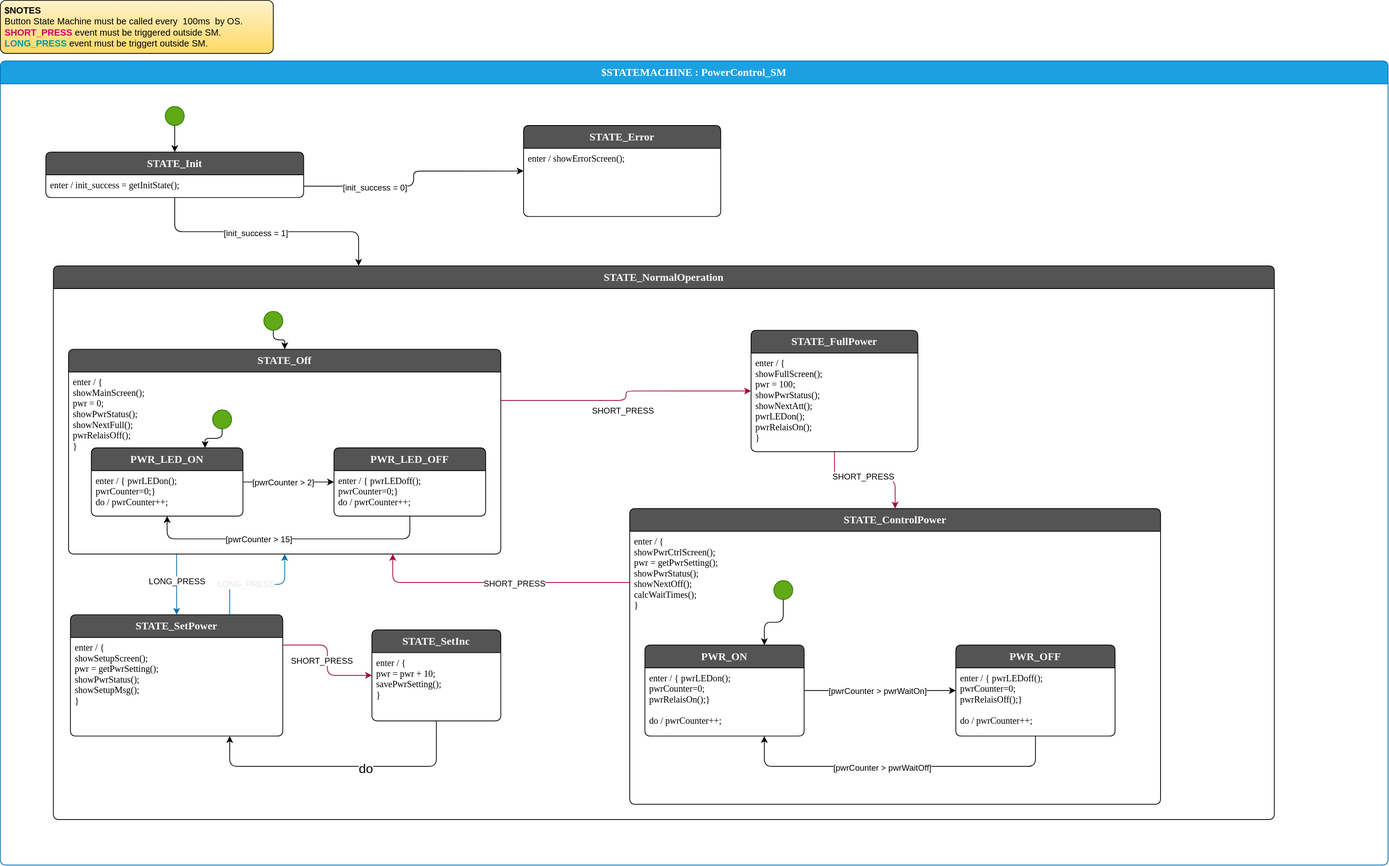
Above: lib/app/PowerControl_SM.drawio.svg in MechatronikMonkey/PowerControl (draw.io), before the change. Source tidied: cells renumbered, new cells last; positions are measured from the earlier drawing's top-left corner, leaving out a move shared by most shapes. The source it was exported from:
```xml
<mxGraphModel>
  <root>
    <mxCell id="0" />
    <mxCell id="1" parent="0" />
    <mxCell id="2" value="&lt;b&gt;$NOTES&lt;/b&gt;&lt;br&gt;Button State Machine must be called every&amp;nbsp; 100ms&amp;nbsp; by OS.&lt;br&gt;&lt;b&gt;&lt;font color=&quot;#cc0066&quot;&gt;SHORT_PRESS &lt;/font&gt;&lt;/b&gt;event must be triggered outside SM.&lt;br&gt;&lt;b&gt;&lt;font color=&quot;#009999&quot;&gt;LONG_PRESS &lt;/font&gt;&lt;/b&gt;event must be triggert outside SM." style="shape=rectangle;rounded=1;arcSize=15;absoluteArcSize=1;align=left;verticalAlign=top;whiteSpace=wrap;html=1;spacingLeft=4;strokeWidth=1;strokeColor=default;fillColor=#fff2cc;fontColor=#000000;gradientColor=#ffd966;" parent="1" vertex="1">
      <mxGeometry width="360" height="70" as="geometry" />
    </mxCell>
    <mxCell id="3" value="$STATEMACHINE : PowerControl_SM" style="shape=swimlane;align=center;verticalAlign=top;fontFamily=Lucida Console;startSize=30;fontSize=14;fontStyle=1;fontColor=#ffffff;fillColor=#1ba1e2;swimlaneFillColor=default;rounded=1;arcSize=15;absoluteArcSize=1;strokeColor=#006EAF;" parent="1" vertex="1">
      <mxGeometry y="80" width="1830" height="1060" as="geometry" />
    </mxCell>
    <mxCell id="4" value=" " style="fontFamily=Lucida Console;align=left;verticalAlign=top;fillColor=none;gradientColor=none;strokeColor=none;rounded=0;spacingLeft=4;" parent="3" vertex="1">
      <mxGeometry y="30" width="30" height="20" as="geometry" />
    </mxCell>
    <mxCell id="5" value="$initial_state" style="shape=ellipse;fillColor=#60a917;noLabel=1;fontColor=#ffffff;strokeColor=#2D7600;" parent="3" vertex="1">
      <mxGeometry x="217.5" y="60" width="25" height="25" as="geometry" />
    </mxCell>
    <mxCell id="6" style="edgeStyle=orthogonalEdgeStyle;html=1;exitX=1;exitY=0.75;exitDx=0;exitDy=0;entryX=0;entryY=0.5;entryDx=0;entryDy=0;" parent="3" edge="1" source="10" target="61">
      <mxGeometry relative="1" as="geometry" />
    </mxCell>
    <mxCell id="7" value="[init_success = 0]" style="edgeLabel;html=1;align=center;verticalAlign=middle;" parent="6" vertex="1">
      <mxGeometry x="-0.4" y="-1" relative="1" as="geometry" />
    </mxCell>
    <mxCell id="8" style="edgeStyle=orthogonalEdgeStyle;html=1;exitX=0.5;exitY=1;exitDx=0;exitDy=0;entryX=0.25;entryY=0;entryDx=0;entryDy=0;" parent="3" edge="1" source="10" target="13">
      <mxGeometry relative="1" as="geometry" />
    </mxCell>
    <mxCell id="9" value="[init_success = 1]" style="edgeLabel;html=1;align=center;verticalAlign=middle;" parent="8" vertex="1">
      <mxGeometry x="-0.09" y="-1" relative="1" as="geometry" />
    </mxCell>
    <mxCell id="10" value="STATE_Init" style="shape=swimlane;align=center;verticalAlign=top;fontFamily=Lucida Console;startSize=30;fontSize=14;fontStyle=1;fontColor=#FAFAFA;fillColor=#545454;swimlaneFillColor=default;rounded=1;arcSize=15;absoluteArcSize=1;" parent="3" vertex="1">
      <mxGeometry x="60" y="120" width="340" height="60" as="geometry" />
    </mxCell>
    <mxCell id="11" value="enter / init_success = getInitState();" style="fontFamily=Lucida Console;align=left;verticalAlign=top;fillColor=none;gradientColor=none;strokeColor=none;rounded=0;spacingLeft=4;" parent="10" vertex="1">
      <mxGeometry y="30" width="300" height="30" as="geometry" />
    </mxCell>
    <mxCell id="12" style="rounded=0;" parent="3" edge="1" source="5" target="10">
      <mxGeometry relative="1" as="geometry" />
    </mxCell>
    <mxCell id="13" value="STATE_NormalOperation" style="shape=swimlane;align=center;verticalAlign=top;fontFamily=Lucida Console;startSize=30;fontSize=14;fontStyle=1;fontColor=#FAFAFA;fillColor=#545454;swimlaneFillColor=default;rounded=1;arcSize=15;absoluteArcSize=1;" parent="3" vertex="1">
      <mxGeometry x="70" y="270" width="1610" height="730" as="geometry" />
    </mxCell>
    <mxCell id="14" style="fontFamily=Lucida Console;align=left;verticalAlign=top;fillColor=none;gradientColor=none;strokeColor=none;rounded=0;spacingLeft=4;" parent="13" vertex="1">
      <mxGeometry y="30" width="50" height="40" as="geometry" />
    </mxCell>
    <mxCell id="15" style="edgeStyle=orthogonalEdgeStyle;html=1;exitX=0;exitY=0.25;exitDx=0;exitDy=0;entryX=0.75;entryY=1;entryDx=0;entryDy=0;fillColor=#d80073;strokeColor=#A50040;" parent="13" edge="1" source="17" target="37">
      <mxGeometry relative="1" as="geometry">
        <Array as="points">
          <mxPoint x="448" y="418" />
        </Array>
      </mxGeometry>
    </mxCell>
    <mxCell id="16" value="SHORT_PRESS" style="edgeLabel;html=1;align=center;verticalAlign=middle;" parent="15" vertex="1">
      <mxGeometry x="-0.13" y="1" relative="1" as="geometry" />
    </mxCell>
    <mxCell id="17" value="STATE_ControlPower" style="shape=swimlane;align=center;verticalAlign=top;fontFamily=Lucida Console;startSize=30;fontSize=14;fontStyle=1;fontColor=#FAFAFA;fillColor=#545454;swimlaneFillColor=default;rounded=1;arcSize=15;absoluteArcSize=1;" parent="13" vertex="1">
      <mxGeometry x="760" y="320" width="700" height="390" as="geometry" />
    </mxCell>
    <mxCell id="18" value="enter / {&#10;showPwrCtrlScreen();&#10;pwr = getPwrSetting();&#10;showPwrStatus();&#10;showNextOff();&#10;calcWaitTimes();&#10;}&#10;" style="fontFamily=Lucida Console;align=left;verticalAlign=top;fillColor=none;gradientColor=none;strokeColor=none;rounded=0;spacingLeft=4;" parent="17" vertex="1">
      <mxGeometry y="30" width="180" height="110" as="geometry" />
    </mxCell>
    <mxCell id="19" value="PWR_ON" style="shape=swimlane;align=center;verticalAlign=top;fontFamily=Lucida Console;startSize=30;fontSize=14;fontStyle=1;fontColor=#FAFAFA;fillColor=#545454;swimlaneFillColor=default;rounded=1;arcSize=15;absoluteArcSize=1;" parent="17" vertex="1">
      <mxGeometry x="20" y="180" width="210" height="120" as="geometry" />
    </mxCell>
    <mxCell id="20" value="enter / { pwrLEDon();&#10;          pwrCounter=0;&#10;          pwrRelaisOn();}&#10;&#10;do / pwrCounter++;" style="fontFamily=Lucida Console;align=left;verticalAlign=top;fillColor=none;gradientColor=none;strokeColor=none;rounded=0;spacingLeft=4;" parent="19" vertex="1">
      <mxGeometry y="30" width="210" height="90" as="geometry" />
    </mxCell>
    <mxCell id="21" style="edgeStyle=orthogonalEdgeStyle;html=1;exitX=0.5;exitY=1;exitDx=0;exitDy=0;entryX=0.75;entryY=1;entryDx=0;entryDy=0;" parent="17" edge="1" source="23" target="19">
      <mxGeometry relative="1" as="geometry">
        <Array as="points">
          <mxPoint x="535" y="340" />
          <mxPoint x="178" y="340" />
        </Array>
      </mxGeometry>
    </mxCell>
    <mxCell id="22" value="[pwrCounter &amp;gt; pwrWaitOff]" style="edgeLabel;html=1;align=center;verticalAlign=middle;" parent="21" vertex="1">
      <mxGeometry x="0.11" y="1" relative="1" as="geometry" />
    </mxCell>
    <mxCell id="23" value="PWR_OFF" style="shape=swimlane;align=center;verticalAlign=top;fontFamily=Lucida Console;startSize=30;fontSize=14;fontStyle=1;fontColor=#FAFAFA;fillColor=#545454;swimlaneFillColor=default;rounded=1;arcSize=15;absoluteArcSize=1;" parent="17" vertex="1">
      <mxGeometry x="430" y="180" width="210" height="120" as="geometry" />
    </mxCell>
    <mxCell id="24" value="enter / { pwrLEDoff();&#10;          pwrCounter=0;&#10;          pwrRelaisOff();}&#10;&#10;do / pwrCounter++;" style="fontFamily=Lucida Console;align=left;verticalAlign=top;fillColor=none;gradientColor=none;strokeColor=none;rounded=0;spacingLeft=4;" parent="23" vertex="1">
      <mxGeometry y="30" width="210" height="90" as="geometry" />
    </mxCell>
    <mxCell id="25" style="edgeStyle=orthogonalEdgeStyle;html=1;exitX=1;exitY=0.5;exitDx=0;exitDy=0;entryX=0;entryY=0.5;entryDx=0;entryDy=0;" parent="17" edge="1" source="19" target="23">
      <mxGeometry relative="1" as="geometry" />
    </mxCell>
    <mxCell id="26" value="[pwrCounter &amp;gt; pwrWaitOn]" style="edgeLabel;html=1;align=center;verticalAlign=middle;" parent="25" vertex="1">
      <mxGeometry x="-0.35" y="2" relative="1" as="geometry">
        <mxPoint x="32" y="2" as="offset" />
      </mxGeometry>
    </mxCell>
    <mxCell id="27" style="edgeStyle=orthogonalEdgeStyle;html=1;exitX=0.5;exitY=1;exitDx=0;exitDy=0;entryX=0.75;entryY=0;entryDx=0;entryDy=0;" parent="17" edge="1" source="28" target="19">
      <mxGeometry relative="1" as="geometry" />
    </mxCell>
    <mxCell id="28" value="$initial_state" style="shape=ellipse;fillColor=#60a917;noLabel=1;fontColor=#ffffff;strokeColor=#2D7600;" parent="17" vertex="1">
      <mxGeometry x="190" y="95" width="25" height="25" as="geometry" />
    </mxCell>
    <mxCell id="29" style="edgeStyle=orthogonalEdgeStyle;html=1;exitX=0.5;exitY=1;exitDx=0;exitDy=0;entryX=0.5;entryY=0;entryDx=0;entryDy=0;fillColor=#d80073;strokeColor=#A50040;" parent="13" edge="1" source="31" target="17">
      <mxGeometry relative="1" as="geometry" />
    </mxCell>
    <mxCell id="30" value="SHORT_PRESS" style="edgeLabel;html=1;align=center;verticalAlign=middle;" parent="29" vertex="1">
      <mxGeometry x="0.27" relative="1" as="geometry">
        <mxPoint x="-24" y="-5" as="offset" />
      </mxGeometry>
    </mxCell>
    <mxCell id="31" value="STATE_FullPower" style="shape=swimlane;align=center;verticalAlign=top;fontFamily=Lucida Console;startSize=30;fontSize=14;fontStyle=1;fontColor=#FAFAFA;fillColor=#545454;swimlaneFillColor=default;rounded=1;arcSize=15;absoluteArcSize=1;" parent="13" vertex="1">
      <mxGeometry x="920" y="85" width="220" height="160" as="geometry" />
    </mxCell>
    <mxCell id="32" value="enter / {&#10;showFullScreen();&#10;pwr = 100;&#10;showPwrStatus();&#10;showNextAtt();&#10;pwrLEDon();&#10;pwrRelaisOn();  &#10;}" style="fontFamily=Lucida Console;align=left;verticalAlign=top;fillColor=none;gradientColor=none;strokeColor=none;rounded=0;spacingLeft=4;" parent="31" vertex="1">
      <mxGeometry y="30" width="150" height="130" as="geometry" />
    </mxCell>
    <mxCell id="33" style="edgeStyle=orthogonalEdgeStyle;html=1;entryX=0;entryY=0.5;entryDx=0;entryDy=0;exitX=1;exitY=0.25;exitDx=0;exitDy=0;fillColor=#d80073;strokeColor=#A50040;" parent="13" edge="1" source="37" target="31">
      <mxGeometry relative="1" as="geometry" />
    </mxCell>
    <mxCell id="34" value="SHORT_PRESS" style="edgeLabel;html=1;align=center;verticalAlign=middle;" parent="33" vertex="1">
      <mxGeometry x="-0.26" y="3" relative="1" as="geometry">
        <mxPoint x="33" y="16" as="offset" />
      </mxGeometry>
    </mxCell>
    <mxCell id="35" style="edgeStyle=orthogonalEdgeStyle;html=1;exitX=0.25;exitY=1;exitDx=0;exitDy=0;entryX=0.5;entryY=0;entryDx=0;entryDy=0;fillColor=#1ba1e2;strokeColor=#006EAF;" parent="13" edge="1" source="37" target="55">
      <mxGeometry relative="1" as="geometry" />
    </mxCell>
    <mxCell id="36" value="LONG_PRESS" style="edgeLabel;html=1;align=center;verticalAlign=middle;" parent="35" vertex="1">
      <mxGeometry x="0.23" y="1" relative="1" as="geometry">
        <mxPoint x="-1" y="-14" as="offset" />
      </mxGeometry>
    </mxCell>
    <mxCell id="37" value="STATE_Off" style="shape=swimlane;align=center;verticalAlign=top;fontFamily=Lucida Console;startSize=30;fontSize=14;fontStyle=1;fontColor=#FAFAFA;fillColor=#545454;swimlaneFillColor=default;rounded=1;arcSize=15;absoluteArcSize=1;" parent="13" vertex="1">
      <mxGeometry x="20" y="110" width="570" height="270" as="geometry" />
    </mxCell>
    <mxCell id="38" value="enter / {&#10;showMainScreen();&#10;pwr = 0;&#10;showPwrStatus();&#10;showNextFull();&#10;pwrRelaisOff();&#10;}" style="fontFamily=Lucida Console;align=left;verticalAlign=top;fillColor=none;gradientColor=none;strokeColor=none;rounded=0;spacingLeft=4;" parent="37" vertex="1">
      <mxGeometry y="30" width="150" height="110" as="geometry" />
    </mxCell>
    <mxCell id="39" style="edgeStyle=orthogonalEdgeStyle;html=1;exitX=1;exitY=0.5;exitDx=0;exitDy=0;entryX=0;entryY=0.5;entryDx=0;entryDy=0;" parent="37" edge="1" source="41" target="45">
      <mxGeometry relative="1" as="geometry" />
    </mxCell>
    <mxCell id="40" value="[pwrCounter &amp;gt; 2]" style="edgeLabel;html=1;align=center;verticalAlign=middle;" parent="39" vertex="1">
      <mxGeometry x="-0.35" y="2" relative="1" as="geometry">
        <mxPoint x="14" y="2" as="offset" />
      </mxGeometry>
    </mxCell>
    <mxCell id="41" value="PWR_LED_ON" style="shape=swimlane;align=center;verticalAlign=top;fontFamily=Lucida Console;startSize=30;fontSize=14;fontStyle=1;fontColor=#FAFAFA;fillColor=#545454;swimlaneFillColor=default;rounded=1;arcSize=15;absoluteArcSize=1;" parent="37" vertex="1">
      <mxGeometry x="30" y="130" width="200" height="90" as="geometry" />
    </mxCell>
    <mxCell id="42" value="enter / { pwrLEDon();&#10;          pwrCounter=0;}&#10;do / pwrCounter++;" style="fontFamily=Lucida Console;align=left;verticalAlign=top;fillColor=none;gradientColor=none;strokeColor=none;rounded=0;spacingLeft=4;" parent="41" vertex="1">
      <mxGeometry y="30" width="200" height="60" as="geometry" />
    </mxCell>
    <mxCell id="43" style="edgeStyle=orthogonalEdgeStyle;html=1;exitX=0.5;exitY=1;exitDx=0;exitDy=0;entryX=0.5;entryY=1;entryDx=0;entryDy=0;" parent="37" edge="1" source="45" target="41">
      <mxGeometry relative="1" as="geometry">
        <Array as="points">
          <mxPoint x="450" y="250" />
          <mxPoint x="130" y="250" />
        </Array>
      </mxGeometry>
    </mxCell>
    <mxCell id="44" value="[pwrCounter &amp;gt; 15]" style="edgeLabel;html=1;align=center;verticalAlign=middle;" parent="43" vertex="1">
      <mxGeometry x="0.21" relative="1" as="geometry" />
    </mxCell>
    <mxCell id="45" value="PWR_LED_OFF" style="shape=swimlane;align=center;verticalAlign=top;fontFamily=Lucida Console;startSize=30;fontSize=14;fontStyle=1;fontColor=#FAFAFA;fillColor=#545454;swimlaneFillColor=default;rounded=1;arcSize=15;absoluteArcSize=1;" parent="37" vertex="1">
      <mxGeometry x="350" y="130" width="200" height="90" as="geometry" />
    </mxCell>
    <mxCell id="46" value="enter / { pwrLEDoff();&#10;          pwrCounter=0;}&#10;do / pwrCounter++;" style="fontFamily=Lucida Console;align=left;verticalAlign=top;fillColor=none;gradientColor=none;strokeColor=none;rounded=0;spacingLeft=4;" parent="45" vertex="1">
      <mxGeometry y="30" width="200" height="60" as="geometry" />
    </mxCell>
    <mxCell id="47" style="edgeStyle=orthogonalEdgeStyle;html=1;exitX=0.5;exitY=1;exitDx=0;exitDy=0;entryX=0.75;entryY=0;entryDx=0;entryDy=0;" parent="37" edge="1" source="48" target="41">
      <mxGeometry relative="1" as="geometry" />
    </mxCell>
    <mxCell id="48" value="$initial_state" style="shape=ellipse;fillColor=#60a917;noLabel=1;fontColor=#ffffff;strokeColor=#2D7600;" parent="37" vertex="1">
      <mxGeometry x="190" y="80" width="25" height="25" as="geometry" />
    </mxCell>
    <mxCell id="49" style="edgeStyle=orthogonalEdgeStyle;html=1;" parent="13" edge="1" source="50" target="37">
      <mxGeometry relative="1" as="geometry" />
    </mxCell>
    <mxCell id="50" value="$initial_state" style="shape=ellipse;fillColor=#60a917;noLabel=1;fontColor=#ffffff;strokeColor=#2D7600;" parent="13" vertex="1">
      <mxGeometry x="277.5" y="60" width="25" height="25" as="geometry" />
    </mxCell>
    <mxCell id="51" style="edgeStyle=orthogonalEdgeStyle;html=1;exitX=1;exitY=0.25;exitDx=0;exitDy=0;entryX=0;entryY=0.5;entryDx=0;entryDy=0;fillColor=#d80073;strokeColor=#A50040;" parent="13" edge="1" source="55" target="59">
      <mxGeometry relative="1" as="geometry" />
    </mxCell>
    <mxCell id="52" value="SHORT_PRESS" style="edgeLabel;html=1;align=center;verticalAlign=middle;" parent="51" vertex="1">
      <mxGeometry x="0.35" y="-3" relative="1" as="geometry">
        <mxPoint x="-16" y="-23" as="offset" />
      </mxGeometry>
    </mxCell>
    <mxCell id="53" style="edgeStyle=orthogonalEdgeStyle;html=1;exitX=0.75;exitY=0;exitDx=0;exitDy=0;entryX=0.5;entryY=1;entryDx=0;entryDy=0;fontSize=17;fontColor=#E6E6E6;fillColor=#1ba1e2;strokeColor=#006EAF;" parent="13" edge="1" source="55" target="37">
      <mxGeometry relative="1" as="geometry" />
    </mxCell>
    <mxCell id="54" value="LONG_PRESS" style="edgeLabel;html=1;align=center;verticalAlign=middle;fontSize=11;fontColor=#E6E6E6;" parent="53" vertex="1">
      <mxGeometry x="-0.2" y="1" relative="1" as="geometry" />
    </mxCell>
    <mxCell id="55" value="STATE_SetPower" style="shape=swimlane;align=center;verticalAlign=top;fontFamily=Lucida Console;startSize=30;fontSize=14;fontStyle=1;fontColor=#FAFAFA;fillColor=#545454;swimlaneFillColor=default;rounded=1;arcSize=15;absoluteArcSize=1;" parent="13" vertex="1">
      <mxGeometry x="22.5" y="460" width="280" height="160" as="geometry" />
    </mxCell>
    <mxCell id="56" value="enter / {&#10;showSetupScreen();&#10;pwr = getPwrSetting();&#10;showPwrStatus();&#10;showSetupMsg();&#10;}" style="fontFamily=Lucida Console;align=left;verticalAlign=top;fillColor=none;gradientColor=none;strokeColor=none;rounded=0;spacingLeft=4;" parent="55" vertex="1">
      <mxGeometry y="30" width="180" height="100" as="geometry" />
    </mxCell>
    <mxCell id="57" style="edgeStyle=orthogonalEdgeStyle;html=1;exitX=0.5;exitY=1;exitDx=0;exitDy=0;entryX=0.75;entryY=1;entryDx=0;entryDy=0;" parent="13" edge="1" source="59" target="55">
      <mxGeometry relative="1" as="geometry">
        <Array as="points">
          <mxPoint x="505" y="660" />
          <mxPoint x="233" y="660" />
        </Array>
      </mxGeometry>
    </mxCell>
    <mxCell id="58" value="do" style="edgeLabel;html=1;align=center;verticalAlign=middle;fontSize=17;" parent="57" vertex="1">
      <mxGeometry x="-0.17" y="3" relative="1" as="geometry" />
    </mxCell>
    <mxCell id="59" value="STATE_SetInc" style="shape=swimlane;align=center;verticalAlign=top;fontFamily=Lucida Console;startSize=30;fontSize=14;fontStyle=1;fontColor=#FAFAFA;fillColor=#545454;swimlaneFillColor=default;rounded=1;arcSize=15;absoluteArcSize=1;" parent="13" vertex="1">
      <mxGeometry x="420" y="480" width="170" height="120" as="geometry" />
    </mxCell>
    <mxCell id="60" value="enter / {&#10;pwr = pwr + 10;&#10;savePwrSetting();&#10;}&#10;" style="fontFamily=Lucida Console;align=left;verticalAlign=top;fillColor=none;gradientColor=none;strokeColor=none;rounded=0;spacingLeft=4;" parent="59" vertex="1">
      <mxGeometry y="30" width="150" height="70" as="geometry" />
    </mxCell>
    <mxCell id="61" value="STATE_Error" style="shape=swimlane;align=center;verticalAlign=top;fontFamily=Lucida Console;startSize=30;fontSize=14;fontStyle=1;fontColor=#FAFAFA;fillColor=#545454;swimlaneFillColor=default;rounded=1;arcSize=15;absoluteArcSize=1;" parent="3" vertex="1">
      <mxGeometry x="690" y="85" width="260" height="120" as="geometry" />
    </mxCell>
    <mxCell id="62" value="enter / showErrorScreen();" style="fontFamily=Lucida Console;align=left;verticalAlign=top;fillColor=none;gradientColor=none;strokeColor=none;rounded=0;spacingLeft=4;" parent="61" vertex="1">
      <mxGeometry y="30" width="210" height="30" as="geometry" />
    </mxCell>
  </root>
</mxGraphModel>
```
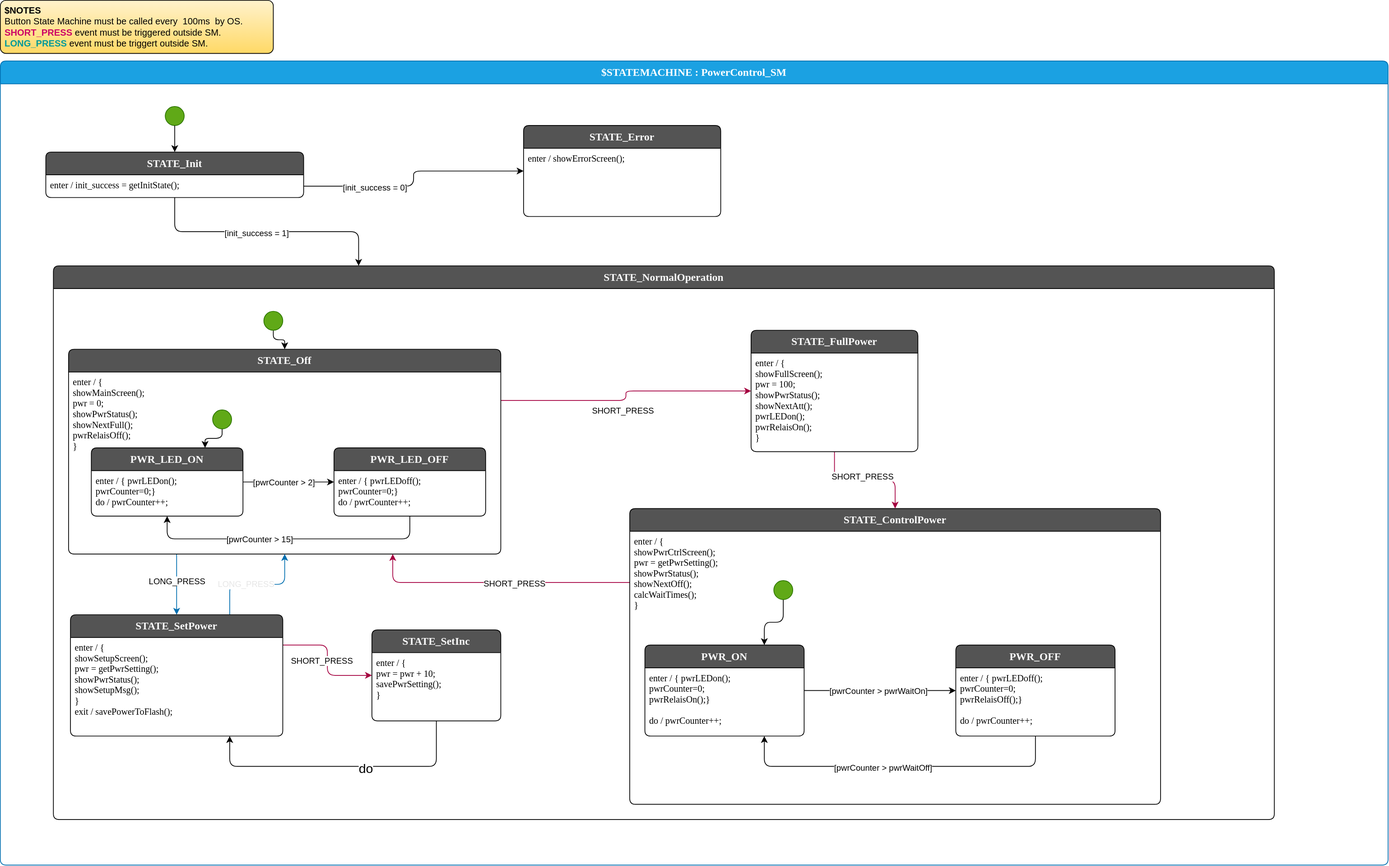
The same diagram one commit later.

Change to the diagram source:
```diff
@@ -190,8 +190,8 @@
     <mxCell id="55" value="STATE_SetPower" style="shape=swimlane;align=center;verticalAlign=top;fontFamily=Lucida Console;startSize=30;fontSize=14;fontStyle=1;fontColor=#FAFAFA;fillColor=#545454;swimlaneFillColor=default;rounded=1;arcSize=15;absoluteArcSize=1;" parent="13" vertex="1">
       <mxGeometry x="22.5" y="460" width="280" height="160" as="geometry" />
     </mxCell>
-    <mxCell id="56" value="enter / {&#10;showSetupScreen();&#10;pwr = getPwrSetting();&#10;showPwrStatus();&#10;showSetupMsg();&#10;}" style="fontFamily=Lucida Console;align=left;verticalAlign=top;fillColor=none;gradientColor=none;strokeColor=none;rounded=0;spacingLeft=4;" parent="55" vertex="1">
-      <mxGeometry y="30" width="180" height="100" as="geometry" />
+    <mxCell id="56" value="enter / {&#10;showSetupScreen();&#10;pwr = getPwrSetting();&#10;showPwrStatus();&#10;showSetupMsg();&#10;}&#10;exit / savePowerToFlash();" style="fontFamily=Lucida Console;align=left;verticalAlign=top;fillColor=none;gradientColor=none;strokeColor=none;rounded=0;spacingLeft=4;" parent="55" vertex="1">
+      <mxGeometry y="30" width="210" height="110" as="geometry" />
     </mxCell>
     <mxCell id="57" style="edgeStyle=orthogonalEdgeStyle;html=1;exitX=0.5;exitY=1;exitDx=0;exitDy=0;entryX=0.75;entryY=1;entryDx=0;entryDy=0;" parent="13" edge="1" source="59" target="55">
       <mxGeometry relative="1" as="geometry">
```
